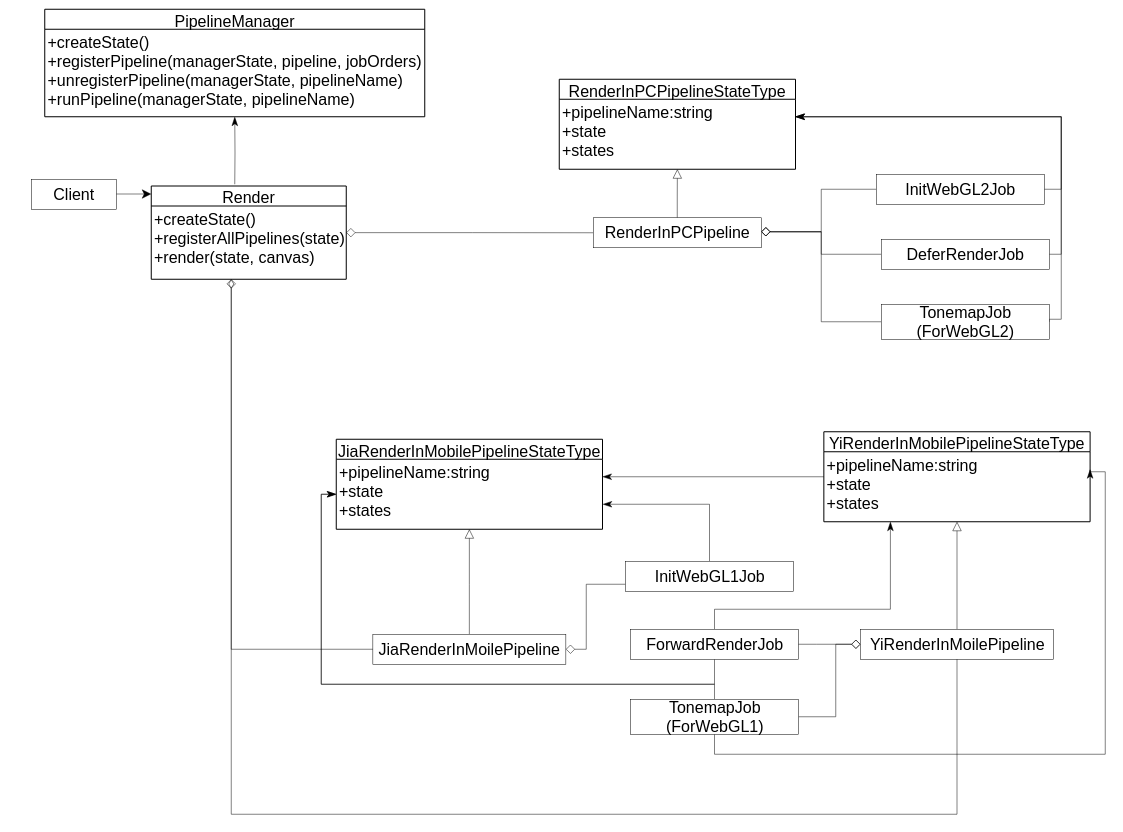
The draw.io diagram packages/管道模式/story_improve/UML.drawio in yyc-git/3DProgramPattern, before the edit. Source tidied: cells renumbered, new cells numbered last; positions are measured from the earlier drawing's top-left corner, leaving out a move shared by most shapes. Both pictures are drawn from the tidied source at 50%, with x=0, y=0 at pixel (31, 9).
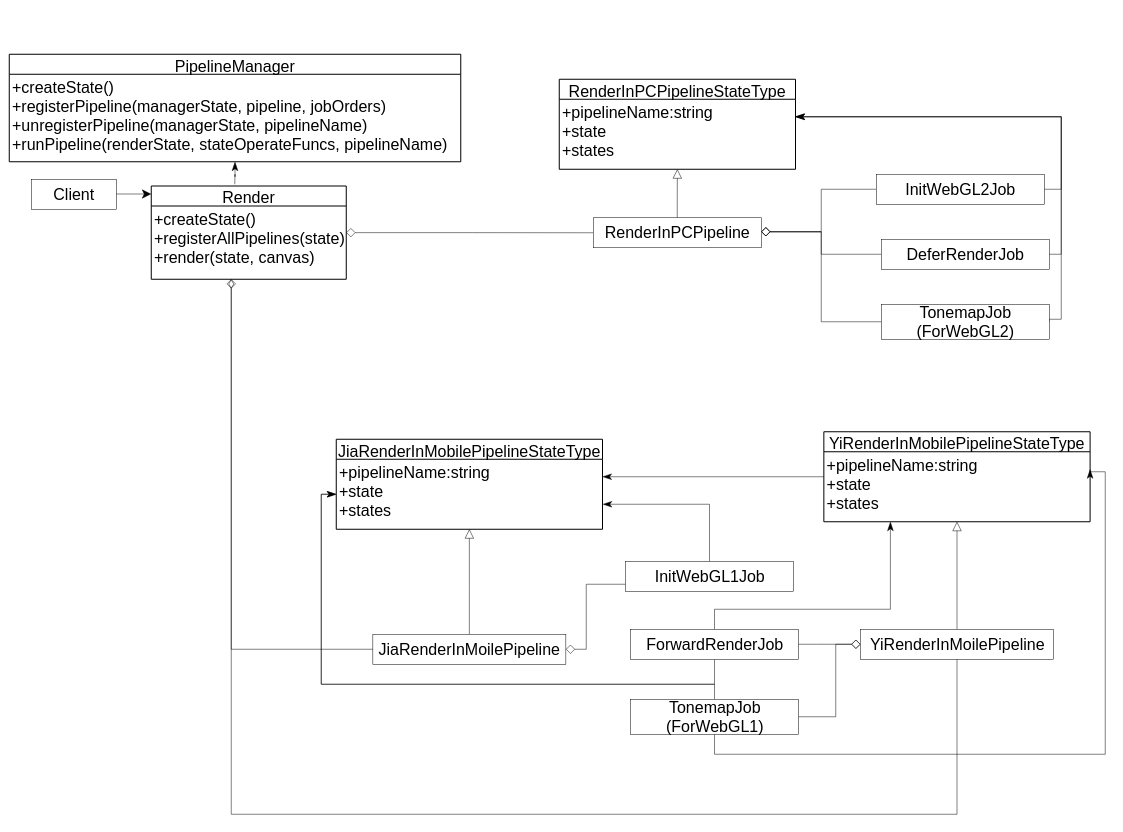
After the change.

What changed in the source:
```diff
@@
     <mxCell id="3" value="PipelineManager" style="swimlane;horizontal=1;startSize=40;rounded=0;fontSize=32;fontStyle=0;strokeWidth=2;shadow=0;dashed=0;align=center;" parent="1" vertex="1">
-      <mxGeometry x="27" width="760" height="215" as="geometry" />
+      <mxGeometry x="-44" y="90" width="903" height="215" as="geometry" />
     </mxCell>
-    <mxCell id="4" value="+createState()&#10;+registerPipeline(managerState, pipeline, jobOrders)&#10;+unregisterPipeline(managerState, pipelineName)&#10;+runPipeline(managerState, pipelineName)" style="align=left;strokeColor=none;fillColor=none;spacingLeft=4;fontSize=32;verticalAlign=top;" parent="3" vertex="1">
-      <mxGeometry y="40" width="760" height="175" as="geometry" />
+    <mxCell id="4" value="+createState()&#10;+registerPipeline(managerState, pipeline, jobOrders)&#10;+unregisterPipeline(managerState, pipelineName)&#10;+runPipeline(renderState, stateOperateFuncs, pipelineName)" style="align=left;strokeColor=none;fillColor=none;spacingLeft=4;fontSize=32;verticalAlign=top;" parent="3" vertex="1">
+      <mxGeometry y="40" width="903" height="175" as="geometry" />
     </mxCell>
```
